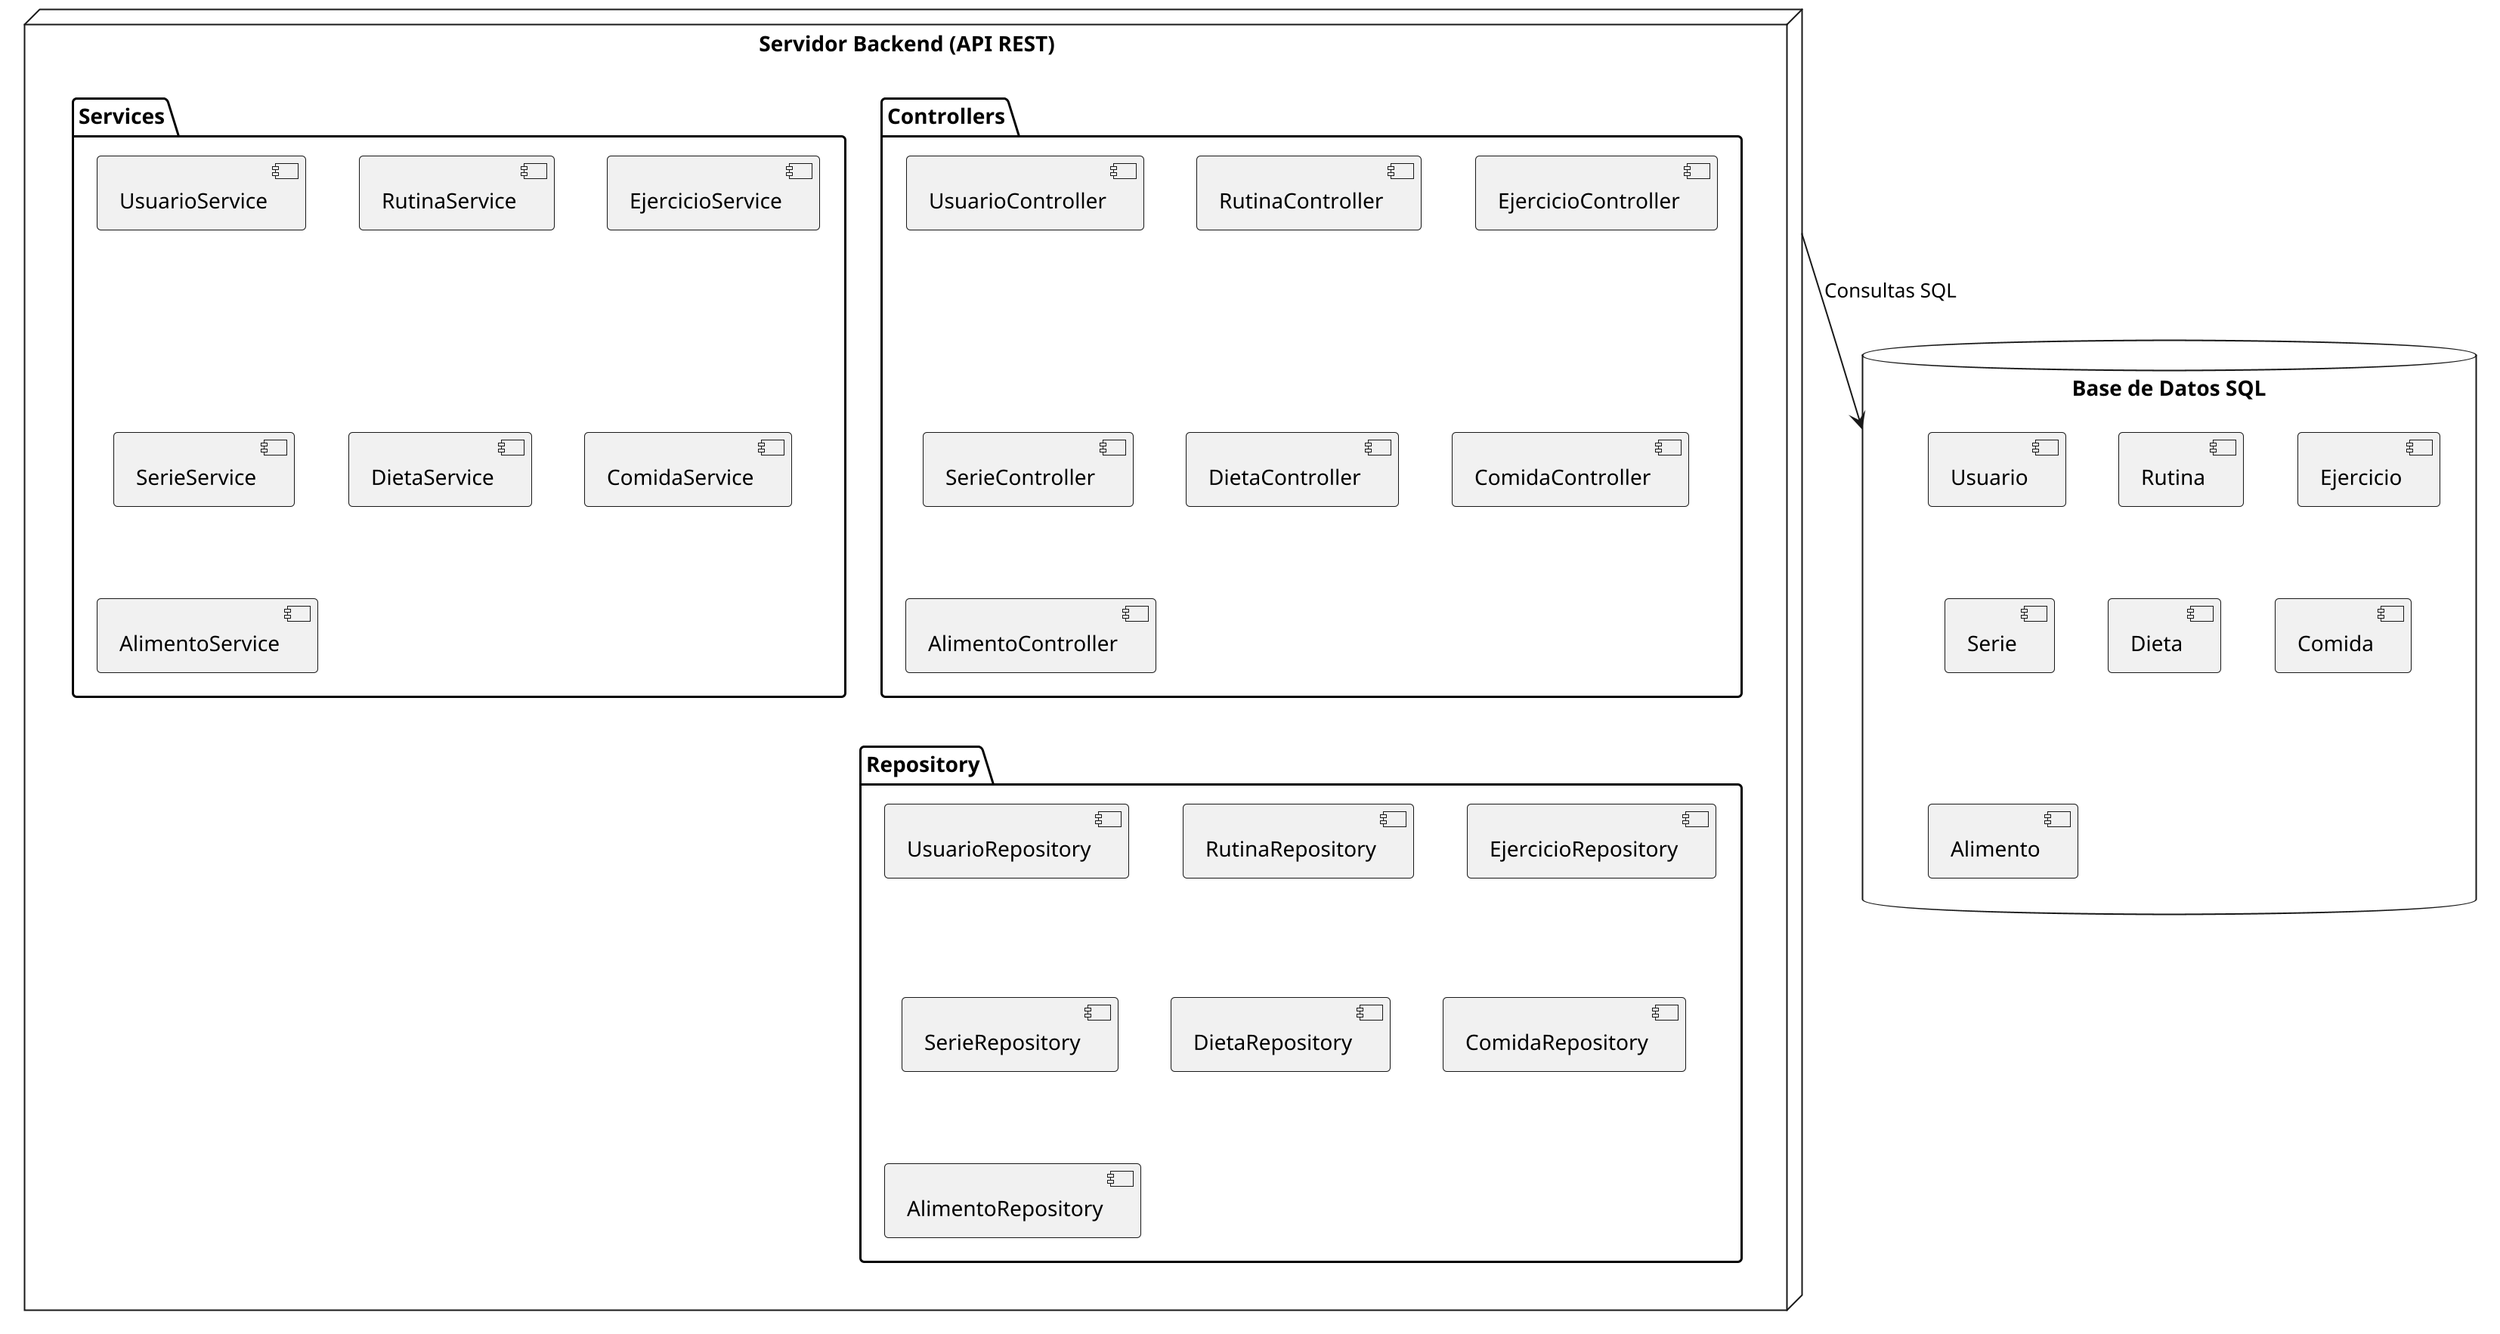
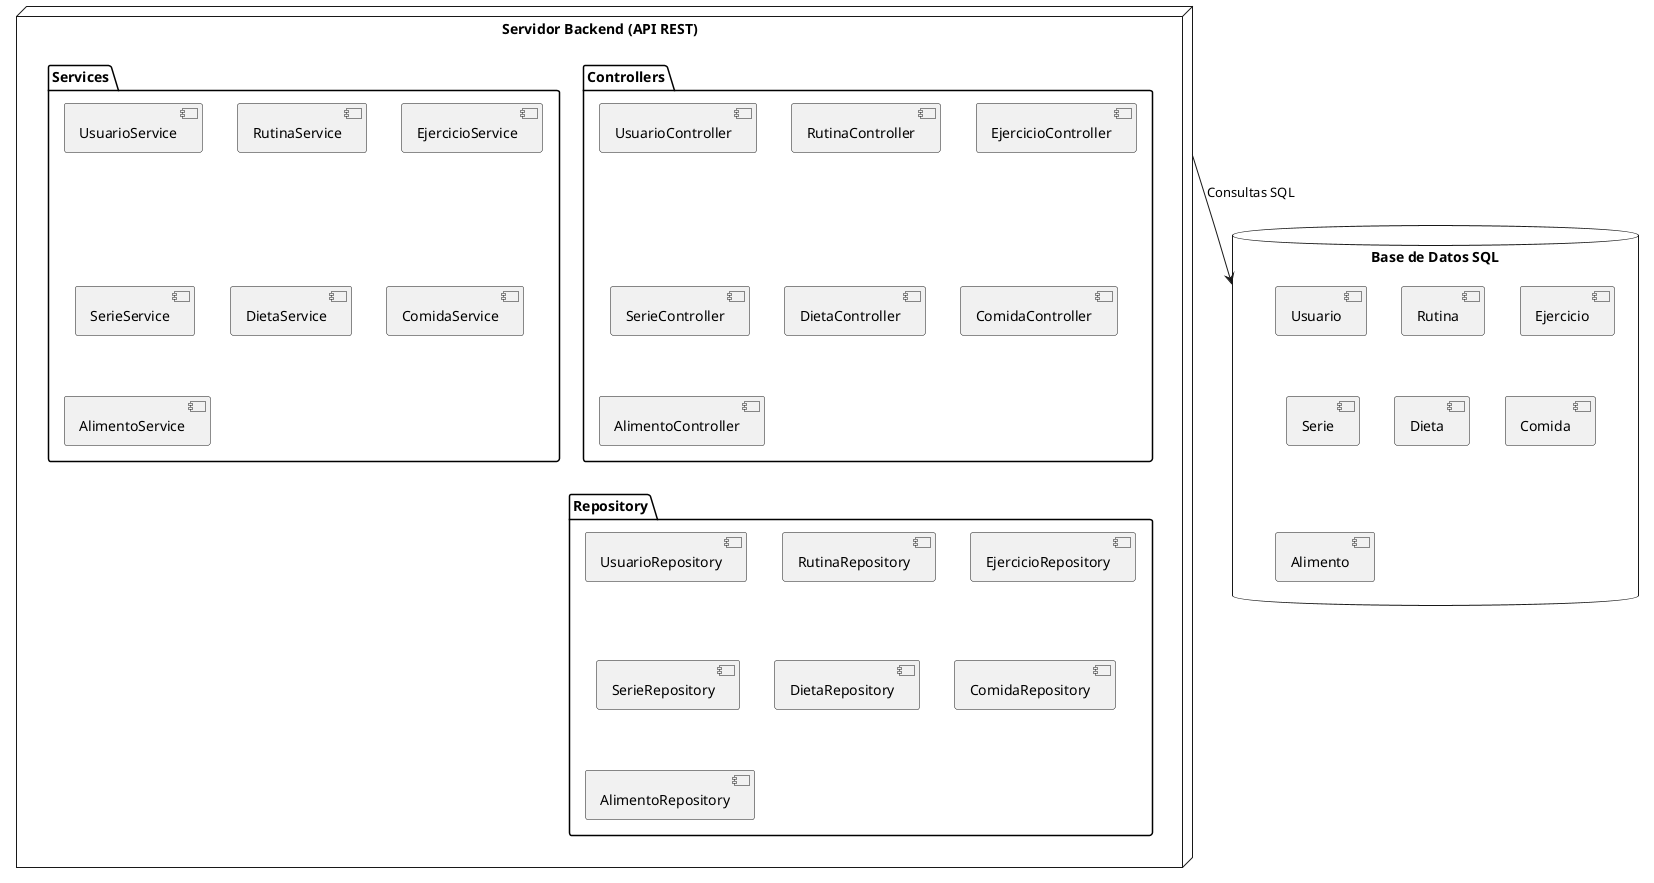
@startuml
- 
- scale 2

node "Servidor Backend (API REST)" {

    package "Controllers" {

    [UsuarioController]
    [RutinaController]
    [EjercicioController]
    [SerieController]
    [DietaController]
    [ComidaController]
    [AlimentoController]

    }

    package "Services" {

    [UsuarioService]
    [RutinaService]
    [EjercicioService]
    [SerieService]
    [DietaService]
    [ComidaService]
    [AlimentoService]

    }

    package "Repository" {

    [UsuarioRepository]
    [RutinaRepository]
    [EjercicioRepository]
    [SerieRepository]
    [DietaRepository]
    [ComidaRepository]
    [AlimentoRepository]

    }

}

database "Base de Datos SQL" {
    [Usuario]
    [Rutina]
    [Ejercicio]
    [Serie]
    [Dieta]
    [Comida]
    [Alimento]
}

"Servidor Backend (API REST)" --> "Base de Datos SQL" : Consultas SQL
@enduml
